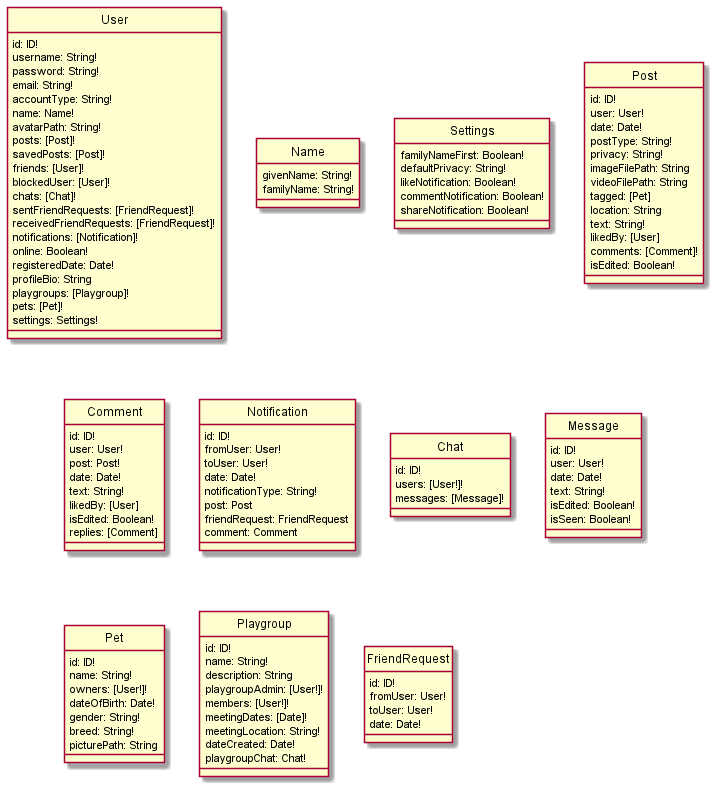
This is docs/uml/DataSchema.png from bryanwhl/pet-social, a PlantUML export, as it was before one commit.
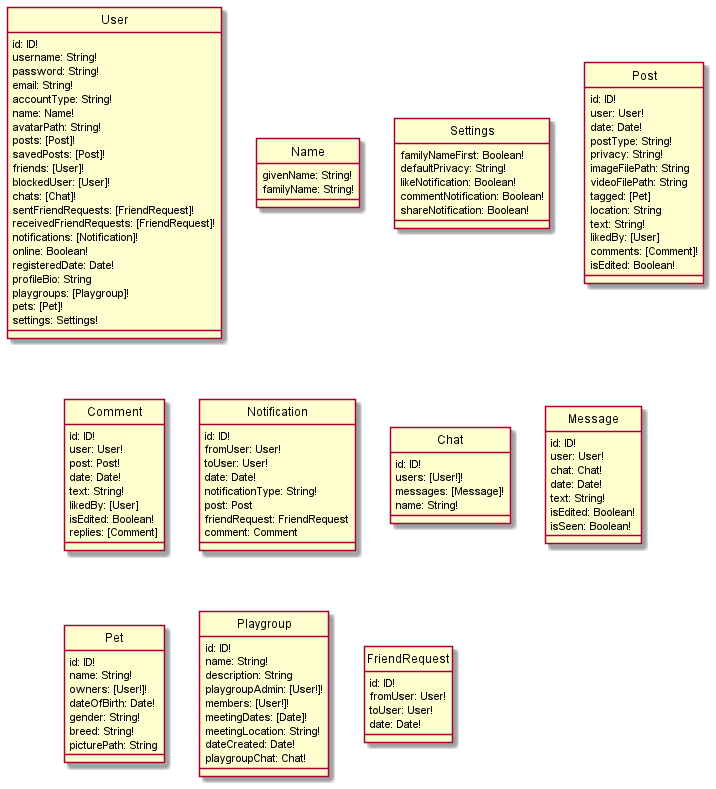
After the change.

Change to the diagram source:
```diff
@@ -81,11 +81,13 @@
     id: ID!
     users: [User!]!
     messages: [Message]!
+    name: String!
 }
 
 class Message {
     id: ID!
     user: User!
+    chat: Chat!
     date: Date!
     text: String!
     isEdited: Boolean!
```
